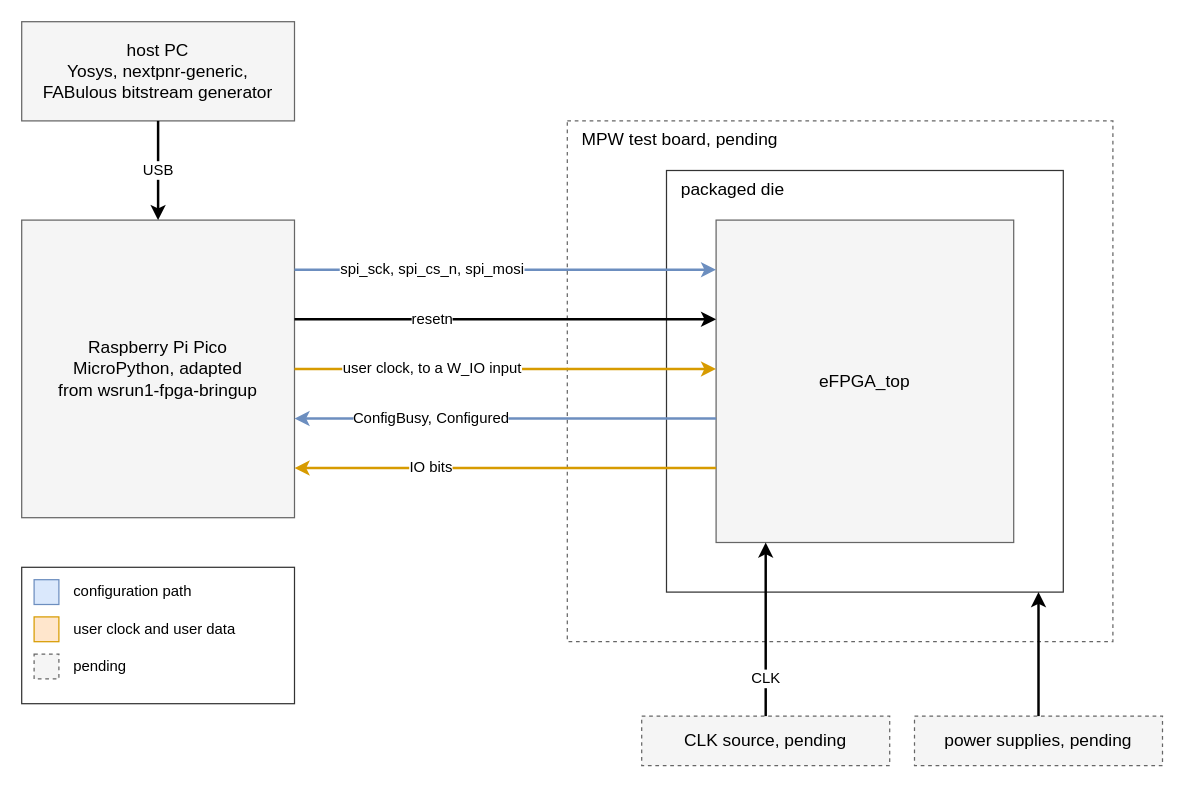
Earlier version of the draw.io diagram submission/images/silicon_test_setup.drawio (KelvinChung2000/demo-ics55). Source tidied: cells renumbered, new cells numbered last; positions are measured from the earlier drawing's top-left corner, leaving out a move shared by most shapes. Both pictures are drawn from the tidied source at 124%, with x=0, y=0 at pixel (21, 21).
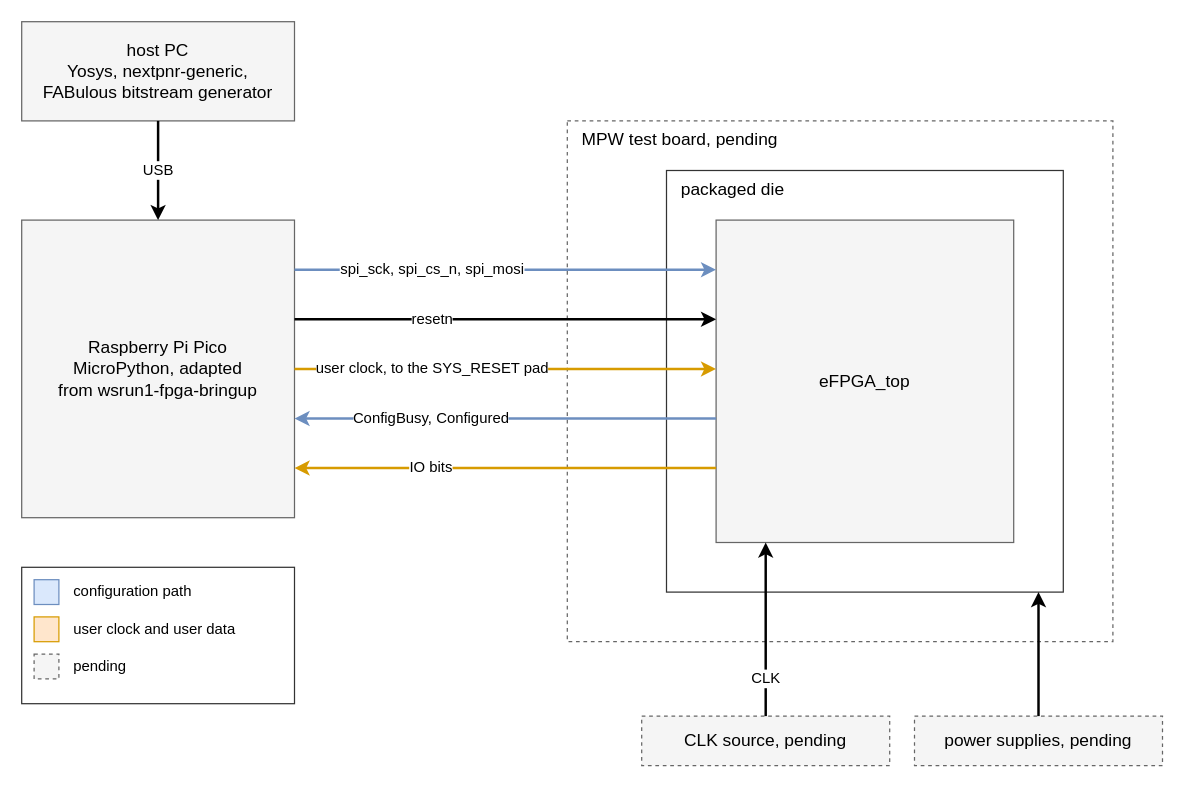
The same page after the edit.

The change refers to these unchanged cells:
```xml
<mxCell id="3" value="Raspberry Pi Pico&lt;br&gt;MicroPython, adapted&lt;br&gt;from wsrun1-fpga-bringup" style="rounded=0;whiteSpace=wrap;html=1;fillColor=#f5f5f5;strokeColor=#666666;fontFamily=Helvetica;fontSize=14;" parent="1" vertex="1">
  <mxGeometry y="160" width="220" height="240" as="geometry" />
</mxCell>
<mxCell id="6" value="eFPGA_top" style="rounded=0;whiteSpace=wrap;html=1;fillColor=#f5f5f5;strokeColor=#666666;fontFamily=Helvetica;fontSize=14;" parent="5" vertex="1">
  <mxGeometry x="40" y="40" width="240" height="260" as="geometry" />
</mxCell>
```

The edit, as a diff of the source:
```diff
@@
-    <mxCell id="19" value="user clock, to a W_IO input" style="edgeStyle=orthogonalEdgeStyle;rounded=0;html=1;endArrow=classic;endFill=1;strokeColor=#d79b00;strokeWidth=2;fontFamily=Helvetica;fontSize=12;labelBackgroundColor=default;exitX=1;exitY=0.5;exitDx=0;exitDy=0;entryX=0;entryY=0.46153846153846156;entryDx=0;entryDy=0;" parent="1" edge="1" source="3" target="6">
+    <mxCell id="19" value="user clock, to the SYS_RESET pad" style="edgeStyle=orthogonalEdgeStyle;rounded=0;html=1;endArrow=classic;endFill=1;strokeColor=#d79b00;strokeWidth=2;fontFamily=Helvetica;fontSize=12;labelBackgroundColor=default;exitX=1;exitY=0.5;exitDx=0;exitDy=0;entryX=0;entryY=0.46153846153846156;entryDx=0;entryDy=0;" parent="1" edge="1" source="3" target="6">
       <mxGeometry x="-0.35" relative="1" as="geometry" />
     </mxCell>
```
